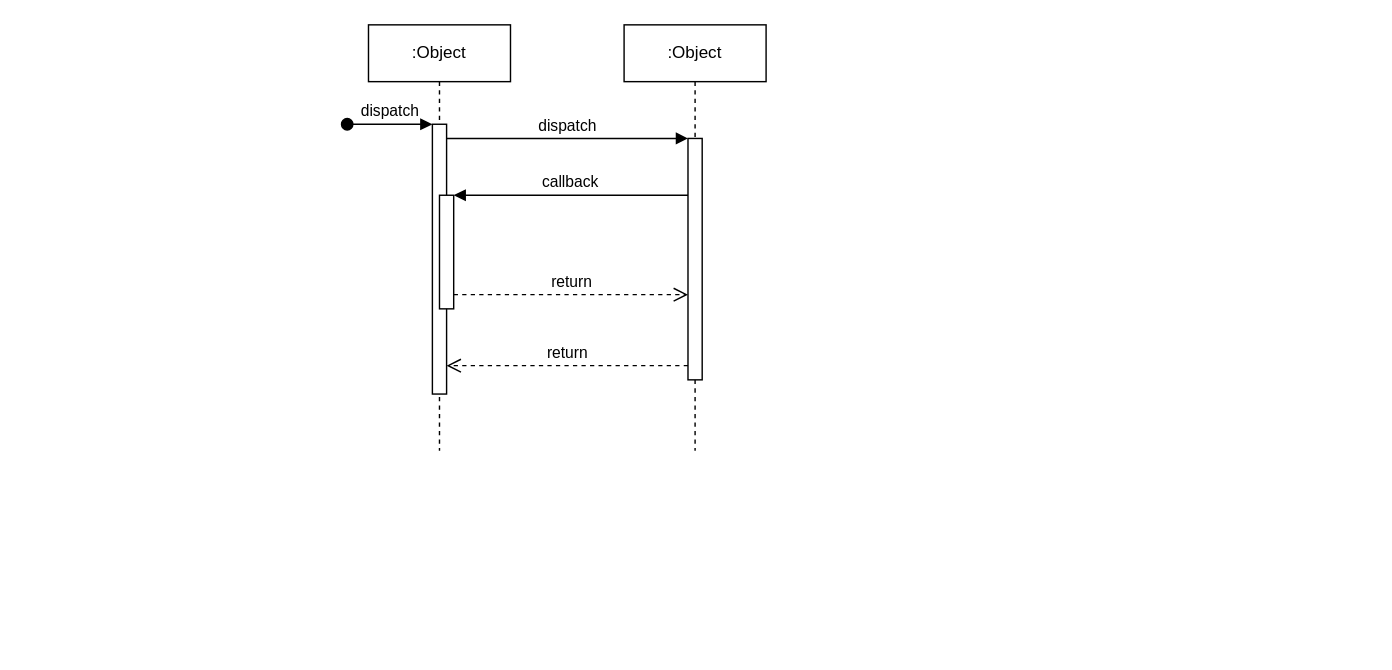
Earlier version of the draw.io diagram 物料调试时序图.drawio (ljx94nb/drawings). Source tidied: cells renumbered, new cells numbered last; positions are measured from the earlier drawing's top-left corner, leaving out a move shared by most shapes. Both pictures are drawn from the tidied source at 142%, with x=0, y=0 at pixel (346, 24).
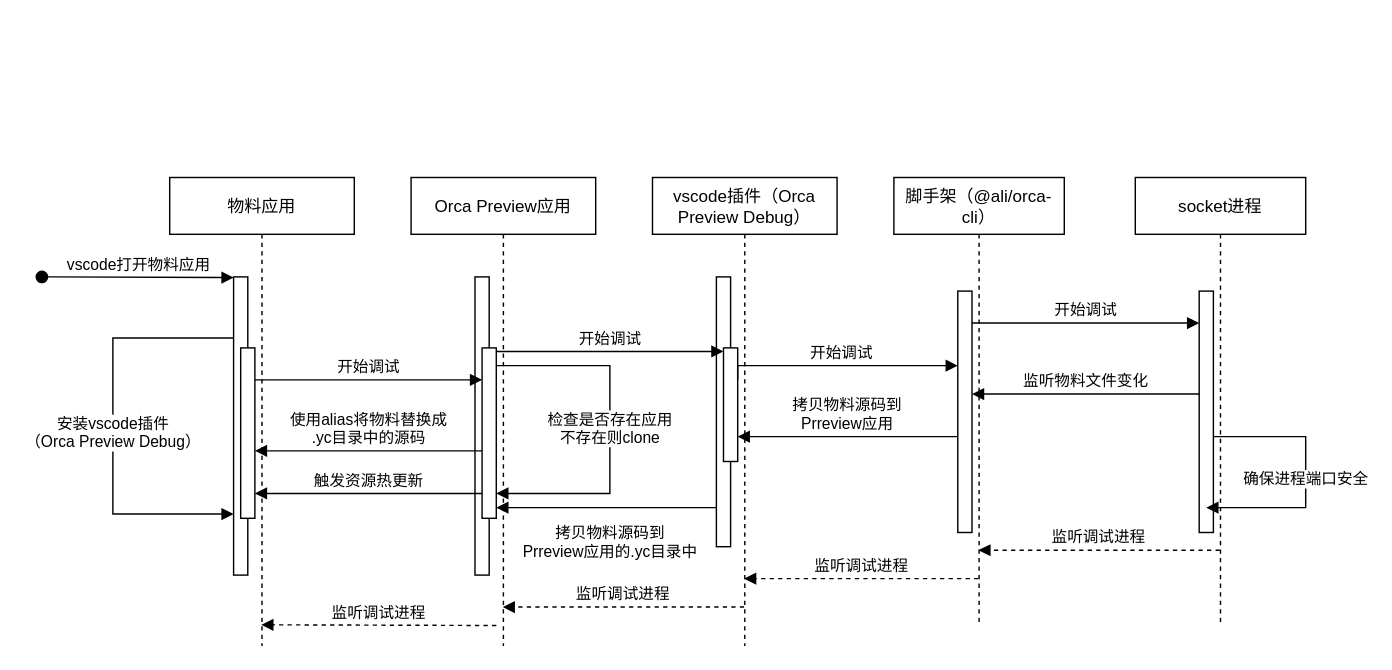
After the change.

Commit message:
更新物料调试时序图.drawio

The change refers to these unchanged cells:
```xml
<mxCell id="3" style="html=1;points=[];perimeter=orthogonalPerimeter;outlineConnect=0;targetShapes=umlLifeline;portConstraint=eastwest;newEdgeStyle={&quot;edgeStyle&quot;:&quot;elbowEdgeStyle&quot;,&quot;elbow&quot;:&quot;vertical&quot;,&quot;curved&quot;:0,&quot;rounded&quot;:0};" parent="2" vertex="1">
  <mxGeometry x="45" y="70" width="10" height="190" as="geometry" />
</mxCell>
<mxCell id="5" style="html=1;points=[];perimeter=orthogonalPerimeter;outlineConnect=0;targetShapes=umlLifeline;portConstraint=eastwest;newEdgeStyle={&quot;edgeStyle&quot;:&quot;elbowEdgeStyle&quot;,&quot;elbow&quot;:&quot;vertical&quot;,&quot;curved&quot;:0,&quot;rounded&quot;:0};" parent="2" vertex="1">
  <mxGeometry x="50" y="120" width="10" height="80" as="geometry" />
</mxCell>
<mxCell id="7" style="html=1;points=[];perimeter=orthogonalPerimeter;outlineConnect=0;targetShapes=umlLifeline;portConstraint=eastwest;newEdgeStyle={&quot;edgeStyle&quot;:&quot;elbowEdgeStyle&quot;,&quot;elbow&quot;:&quot;vertical&quot;,&quot;curved&quot;:0,&quot;rounded&quot;:0};" parent="6" vertex="1">
  <mxGeometry x="45" y="80" width="10" height="170" as="geometry" />
</mxCell>
```

The edit, as a diff of the source:
```diff
@@
-    <mxCell id="2" value=":Object" style="shape=umlLifeline;perimeter=lifelinePerimeter;whiteSpace=wrap;html=1;outlineConnect=0;portConstraint=eastwest;newEdgeStyle={&quot;edgeStyle&quot;:&quot;elbowEdgeStyle&quot;,&quot;elbow&quot;:&quot;vertical&quot;,&quot;curved&quot;:0,&quot;rounded&quot;:0};" parent="1" vertex="1">
-      <mxGeometry x="15" width="100" height="300" as="geometry" />
+    <mxCell id="2" value="vscode插件（Orca Preview Debug）" style="shape=umlLifeline;perimeter=lifelinePerimeter;whiteSpace=wrap;html=1;outlineConnect=0;portConstraint=eastwest;newEdgeStyle={&quot;edgeStyle&quot;:&quot;elbowEdgeStyle&quot;,&quot;elbow&quot;:&quot;vertical&quot;,&quot;curved&quot;:0,&quot;rounded&quot;:0};" parent="1" vertex="1">
+      <mxGeometry x="215" y="107.5" width="130" height="330" as="geometry" />
     </mxCell>
@@
-    <mxCell id="4" value="dispatch" style="html=1;verticalAlign=bottom;startArrow=oval;endArrow=block;startSize=8;edgeStyle=elbowEdgeStyle;elbow=vertical;curved=0;rounded=0;" parent="2" edge="1" target="3">
-      <mxGeometry relative="1" as="geometry">
-        <mxPoint x="-15" y="70" as="sourcePoint" />
-      </mxGeometry>
-    </mxCell>
@@
-    <mxCell id="6" value=":Object" style="shape=umlLifeline;perimeter=lifelinePerimeter;whiteSpace=wrap;html=1;outlineConnect=0;portConstraint=eastwest;newEdgeStyle={&quot;edgeStyle&quot;:&quot;elbowEdgeStyle&quot;,&quot;elbow&quot;:&quot;vertical&quot;,&quot;curved&quot;:0,&quot;rounded&quot;:0};" parent="1" vertex="1">
-      <mxGeometry x="195" width="100" height="300" as="geometry" />
+    <mxCell id="6" value="脚手架（@ali/orca-cli）" style="shape=umlLifeline;perimeter=lifelinePerimeter;whiteSpace=wrap;html=1;outlineConnect=0;portConstraint=eastwest;newEdgeStyle={&quot;edgeStyle&quot;:&quot;elbowEdgeStyle&quot;,&quot;elbow&quot;:&quot;vertical&quot;,&quot;curved&quot;:0,&quot;rounded&quot;:0};" parent="1" vertex="1">
+      <mxGeometry x="385" y="107.5" width="120" height="315" as="geometry" />
     </mxCell>
@@
-    <mxCell id="8" value="dispatch" style="html=1;verticalAlign=bottom;endArrow=block;edgeStyle=elbowEdgeStyle;elbow=vertical;curved=0;rounded=0;" parent="1" edge="1" source="3" target="7">
+    <mxCell id="8" value="开始调试" style="html=1;verticalAlign=bottom;endArrow=block;edgeStyle=elbowEdgeStyle;elbow=vertical;curved=0;rounded=0;" parent="1" edge="1" target="7">
       <mxGeometry relative="1" as="geometry">
+        <mxPoint x="275" y="250" as="sourcePoint" />
         <Array as="points">
-          <mxPoint x="155" y="80" />
+          <mxPoint x="405" y="240" />
+          <mxPoint x="315" y="210" />
         </Array>
       </mxGeometry>
     </mxCell>
-    <mxCell id="9" value="return" style="html=1;verticalAlign=bottom;endArrow=open;dashed=1;endSize=8;edgeStyle=elbowEdgeStyle;elbow=vertical;curved=0;rounded=0;" parent="1" edge="1" source="7" target="3">
-      <mxGeometry relative="1" as="geometry">
-        <Array as="points">
-          <mxPoint x="165" y="240" />
-        </Array>
-      </mxGeometry>
-    </mxCell>
-    <mxCell id="10" value="callback" style="html=1;verticalAlign=bottom;endArrow=block;edgeStyle=elbowEdgeStyle;elbow=vertical;curved=0;rounded=0;" parent="1" edge="1" source="7" target="5">
-      <mxGeometry relative="1" as="geometry">
+    <mxCell id="10" value="拷贝物料源码到&lt;br&gt;Prreview应用" style="html=1;verticalAlign=bottom;endArrow=block;edgeStyle=elbowEdgeStyle;elbow=vertical;curved=0;rounded=0;" parent="1" edge="1" source="7" target="5">
+      <mxGeometry x="0.01" relative="1" as="geometry">
         <Array as="points">
-          <mxPoint x="165" y="120" />
+          <mxPoint x="405" y="290" />
+          <mxPoint x="415" y="260" />
+          <mxPoint x="325" y="250" />
         </Array>
       </mxGeometry>
     </mxCell>
-    <mxCell id="11" value="return" style="html=1;verticalAlign=bottom;endArrow=open;dashed=1;endSize=8;edgeStyle=elbowEdgeStyle;elbow=vertical;curved=0;rounded=0;" parent="1" edge="1" source="5" target="7">
-      <mxGeometry relative="1" as="geometry">
-        <Array as="points">
-          <mxPoint x="155" y="190" />
-        </Array>
-      </mxGeometry>
-    </mxCell>
+    <mxCell id="12" value="Orca Preview应用" style="shape=umlLifeline;perimeter=lifelinePerimeter;whiteSpace=wrap;html=1;outlineConnect=0;portConstraint=eastwest;newEdgeStyle={&quot;edgeStyle&quot;:&quot;elbowEdgeStyle&quot;,&quot;elbow&quot;:&quot;vertical&quot;,&quot;curved&quot;:0,&quot;rounded&quot;:0};" parent="1" vertex="1">
+      <mxGeometry x="45" y="107.5" width="130" height="330" as="geometry" />
+    </mxCell>
+    <mxCell id="13" style="html=1;perimeter=orthogonalPerimeter;targetShapes=umlLifeline;newEdgeStyle={&quot;edgeStyle&quot;:&quot;elbowEdgeStyle&quot;,&quot;elbow&quot;:&quot;vertical&quot;,&quot;curved&quot;:0,&quot;rounded&quot;:0};" parent="12" vertex="1">
+      <mxGeometry x="45" y="70" width="10" height="210" as="geometry" />
+    </mxCell>
+    <mxCell id="14" style="html=1;points=[];perimeter=orthogonalPerimeter;outlineConnect=0;targetShapes=umlLifeline;portConstraint=eastwest;newEdgeStyle={&quot;edgeStyle&quot;:&quot;elbowEdgeStyle&quot;,&quot;elbow&quot;:&quot;vertical&quot;,&quot;curved&quot;:0,&quot;rounded&quot;:0};" parent="12" vertex="1">
+      <mxGeometry x="50" y="120" width="10" height="120" as="geometry" />
+    </mxCell>
+    <mxCell id="15" value="物料应用" style="shape=umlLifeline;perimeter=lifelinePerimeter;whiteSpace=wrap;html=1;outlineConnect=0;portConstraint=eastwest;newEdgeStyle={&quot;edgeStyle&quot;:&quot;elbowEdgeStyle&quot;,&quot;elbow&quot;:&quot;vertical&quot;,&quot;curved&quot;:0,&quot;rounded&quot;:0};" parent="1" vertex="1">
+      <mxGeometry x="-125" y="107.5" width="130" height="330" as="geometry" />
+    </mxCell>
+    <mxCell id="16" style="html=1;points=[];perimeter=orthogonalPerimeter;outlineConnect=0;targetShapes=umlLifeline;portConstraint=eastwest;newEdgeStyle={&quot;edgeStyle&quot;:&quot;elbowEdgeStyle&quot;,&quot;elbow&quot;:&quot;vertical&quot;,&quot;curved&quot;:0,&quot;rounded&quot;:0};" parent="15" vertex="1">
+      <mxGeometry x="45" y="70" width="10" height="210" as="geometry" />
+    </mxCell>
+    <mxCell id="17" value="vscode打开物料应用" style="html=1;verticalAlign=bottom;startArrow=oval;endArrow=block;startSize=8;edgeStyle=elbowEdgeStyle;elbow=vertical;curved=0;rounded=0;" parent="15" edge="1" target="16">
+      <mxGeometry relative="1" as="geometry">
+        <mxPoint x="-90" y="70" as="sourcePoint" />
+      </mxGeometry>
+    </mxCell>
+    <mxCell id="18" style="html=1;points=[];perimeter=orthogonalPerimeter;outlineConnect=0;targetShapes=umlLifeline;portConstraint=eastwest;newEdgeStyle={&quot;edgeStyle&quot;:&quot;elbowEdgeStyle&quot;,&quot;elbow&quot;:&quot;vertical&quot;,&quot;curved&quot;:0,&quot;rounded&quot;:0};" parent="15" vertex="1">
+      <mxGeometry x="50" y="120" width="10" height="120" as="geometry" />
+    </mxCell>
+    <mxCell id="19" value="安装vscode插件&lt;br&gt;（Orca Preview Debug）" style="html=1;verticalAlign=bottom;endArrow=block;edgeStyle=elbowEdgeStyle;elbow=horizontal;curved=0;rounded=0;" parent="15" edge="1" source="16" target="16">
+      <mxGeometry x="0.13" relative="1" as="geometry">
+        <Array as="points">
+          <mxPoint x="-40" y="113" />
+        </Array>
+        <mxPoint y="1" as="offset" />
+      </mxGeometry>
+    </mxCell>
+    <mxCell id="20" value="开始调试" style="html=1;verticalAlign=bottom;endArrow=block;edgeStyle=elbowEdgeStyle;elbow=vertical;curved=0;rounded=0;" parent="1" edge="1" source="18" target="14">
+      <mxGeometry relative="1" as="geometry">
+        <Array as="points">
+          <mxPoint x="35" y="250" />
+          <mxPoint x="-20" y="200" />
+        </Array>
+      </mxGeometry>
+    </mxCell>
+    <mxCell id="21" value="使用alias将物料替换成&lt;br&gt;.yc目录中的源码" style="html=1;verticalAlign=bottom;endArrow=block;edgeStyle=elbowEdgeStyle;elbow=horizontal;curved=0;rounded=0;" parent="1" edge="1">
+      <mxGeometry relative="1" as="geometry">
+        <mxPoint x="95" y="300" as="sourcePoint" />
+        <mxPoint x="-65" y="300" as="targetPoint" />
+        <Array as="points">
+          <mxPoint x="15" y="300" />
+          <mxPoint x="-10" y="220" />
+        </Array>
+      </mxGeometry>
+    </mxCell>
+    <mxCell id="22" value="触发资源热更新" style="html=1;verticalAlign=bottom;endArrow=block;edgeStyle=elbowEdgeStyle;elbow=vertical;curved=0;rounded=0;" parent="1" edge="1">
+      <mxGeometry relative="1" as="geometry">
+        <mxPoint x="95" y="330" as="sourcePoint" />
+        <mxPoint x="-65" y="330" as="targetPoint" />
+        <Array as="points">
+          <mxPoint x="15" y="330" />
+          <mxPoint x="-10" y="250" />
+        </Array>
+      </mxGeometry>
+    </mxCell>
+    <mxCell id="23" value="开始调试" style="html=1;verticalAlign=bottom;endArrow=block;edgeStyle=elbowEdgeStyle;elbow=vertical;curved=0;rounded=0;" parent="1" edge="1">
+      <mxGeometry relative="1" as="geometry">
+        <mxPoint x="105" y="230" as="sourcePoint" />
+        <mxPoint x="265" y="230" as="targetPoint" />
+        <Array as="points">
+          <mxPoint x="205" y="230" />
+          <mxPoint x="150" y="180" />
+        </Array>
+      </mxGeometry>
+    </mxCell>
+    <mxCell id="24" value="检查是否存在应用&lt;br&gt;不存在则clone" style="html=1;verticalAlign=bottom;endArrow=block;edgeStyle=elbowEdgeStyle;elbow=horizontal;curved=0;rounded=0;" parent="1" edge="1">
+      <mxGeometry x="0.12" relative="1" as="geometry">
+        <mxPoint x="105" y="240" as="sourcePoint" />
+        <mxPoint x="105" y="330" as="targetPoint" />
+        <Array as="points">
+          <mxPoint x="185" y="290" />
+        </Array>
+      </mxGeometry>
+    </mxCell>
+    <mxCell id="25" value="拷贝物料源码到&lt;br&gt;Prreview应用的.yc目录中" style="html=1;verticalAlign=bottom;endArrow=block;edgeStyle=elbowEdgeStyle;elbow=vertical;curved=0;rounded=0;" parent="1" edge="1">
+      <mxGeometry x="-0.03" y="40" relative="1" as="geometry">
+        <mxPoint x="260" y="340" as="sourcePoint" />
+        <mxPoint x="105" y="340" as="targetPoint" />
+        <Array as="points">
+          <mxPoint x="155" y="340" />
+        </Array>
+      </mxGeometry>
+    </mxCell>
+    <mxCell id="26" value="监听调试进程" style="html=1;verticalAlign=bottom;endArrow=block;edgeStyle=elbowEdgeStyle;elbow=vertical;curved=0;rounded=0;dashed=1;" parent="1" edge="1" source="6" target="2">
+      <mxGeometry x="0.01" relative="1" as="geometry">
+        <Array as="points">
+          <mxPoint x="365" y="390" />
+          <mxPoint x="405" y="350" />
+          <mxPoint x="385" y="380" />
+          <mxPoint x="415" y="390" />
+          <mxPoint x="425" y="360" />
+          <mxPoint x="335" y="350" />
+        </Array>
+      </mxGeometry>
+    </mxCell>
+    <mxCell id="27" value="监听调试进程" style="html=1;verticalAlign=bottom;endArrow=block;edgeStyle=elbowEdgeStyle;elbow=vertical;curved=0;rounded=0;dashed=1;" parent="1" edge="1" source="2" target="12">
+      <mxGeometry x="0.01" relative="1" as="geometry">
+        <Array as="points">
+          <mxPoint x="200" y="410" />
+          <mxPoint x="240" y="370" />
+          <mxPoint x="220" y="400" />
+          <mxPoint x="250" y="410" />
+          <mxPoint x="260" y="380" />
+          <mxPoint x="170" y="370" />
+        </Array>
+      </mxGeometry>
+    </mxCell>
+    <mxCell id="28" value="监听调试进程" style="html=1;verticalAlign=bottom;endArrow=block;edgeStyle=elbowEdgeStyle;elbow=vertical;curved=0;rounded=0;dashed=1;" parent="1" edge="1" target="15">
+      <mxGeometry x="0.01" relative="1" as="geometry">
+        <mxPoint x="105" y="423" as="sourcePoint" />
+        <Array as="points">
+          <mxPoint x="35" y="422.5" />
+          <mxPoint x="75" y="382.5" />
+          <mxPoint x="55" y="412.5" />
+          <mxPoint x="85" y="422.5" />
+          <mxPoint x="95" y="392.5" />
+          <mxPoint x="5" y="382.5" />
+        </Array>
+      </mxGeometry>
+    </mxCell>
+    <mxCell id="29" value="socket进程" style="shape=umlLifeline;perimeter=lifelinePerimeter;whiteSpace=wrap;html=1;outlineConnect=0;portConstraint=eastwest;newEdgeStyle={&quot;edgeStyle&quot;:&quot;elbowEdgeStyle&quot;,&quot;elbow&quot;:&quot;vertical&quot;,&quot;curved&quot;:0,&quot;rounded&quot;:0};" parent="1" vertex="1">
+      <mxGeometry x="555" y="107.5" width="120" height="315" as="geometry" />
+    </mxCell>
+    <mxCell id="30" style="html=1;points=[];perimeter=orthogonalPerimeter;outlineConnect=0;targetShapes=umlLifeline;portConstraint=eastwest;newEdgeStyle={&quot;edgeStyle&quot;:&quot;elbowEdgeStyle&quot;,&quot;elbow&quot;:&quot;vertical&quot;,&quot;curved&quot;:0,&quot;rounded&quot;:0};" parent="29" vertex="1">
+      <mxGeometry x="45" y="80" width="10" height="170" as="geometry" />
+    </mxCell>
+    <mxCell id="31" value="开始调试" style="html=1;verticalAlign=bottom;endArrow=block;edgeStyle=elbowEdgeStyle;elbow=vertical;curved=0;rounded=0;" parent="1" edge="1" source="7" target="30">
+      <mxGeometry relative="1" as="geometry">
+        <Array as="points">
+          <mxPoint x="555" y="210" />
+          <mxPoint x="435" y="200" />
+          <mxPoint x="485" y="170" />
+        </Array>
+      </mxGeometry>
+    </mxCell>
+    <mxCell id="32" value="监听物料文件变化" style="html=1;verticalAlign=bottom;endArrow=block;edgeStyle=elbowEdgeStyle;elbow=vertical;curved=0;rounded=0;" parent="1" edge="1" source="30" target="7">
+      <mxGeometry relative="1" as="geometry">
+        <Array as="points">
+          <mxPoint x="565" y="260" />
+          <mxPoint x="545" y="240" />
+          <mxPoint x="565" y="220" />
+          <mxPoint x="445" y="210" />
+          <mxPoint x="495" y="180" />
+        </Array>
+      </mxGeometry>
+    </mxCell>
+    <mxCell id="33" value="确保进程端口安全" style="html=1;verticalAlign=bottom;endArrow=block;edgeStyle=elbowEdgeStyle;elbow=horizontal;curved=0;rounded=0;" parent="1" edge="1" source="30">
+      <mxGeometry x="0.12" relative="1" as="geometry">
+        <mxPoint x="605" y="340" as="targetPoint" />
+        <Array as="points">
+          <mxPoint x="675" y="290" />
+          <mxPoint x="655" y="280" />
+          <mxPoint x="685" y="300" />
+        </Array>
+      </mxGeometry>
+    </mxCell>
+    <mxCell id="34" value="监听调试进程" style="html=1;verticalAlign=bottom;endArrow=block;edgeStyle=elbowEdgeStyle;elbow=vertical;curved=0;rounded=0;dashed=1;" parent="1" edge="1" source="29" target="6">
+      <mxGeometry x="0.01" relative="1" as="geometry">
+        <Array as="points">
+          <mxPoint x="545" y="370" />
+          <mxPoint x="555" y="370" />
+          <mxPoint x="585" y="370" />
+          <mxPoint x="530" y="390" />
+          <mxPoint x="570" y="350" />
+          <mxPoint x="550" y="380" />
+          <mxPoint x="580" y="390" />
+          <mxPoint x="590" y="360" />
+          <mxPoint x="500" y="350" />
+        </Array>
+      </mxGeometry>
+    </mxCell>
```
